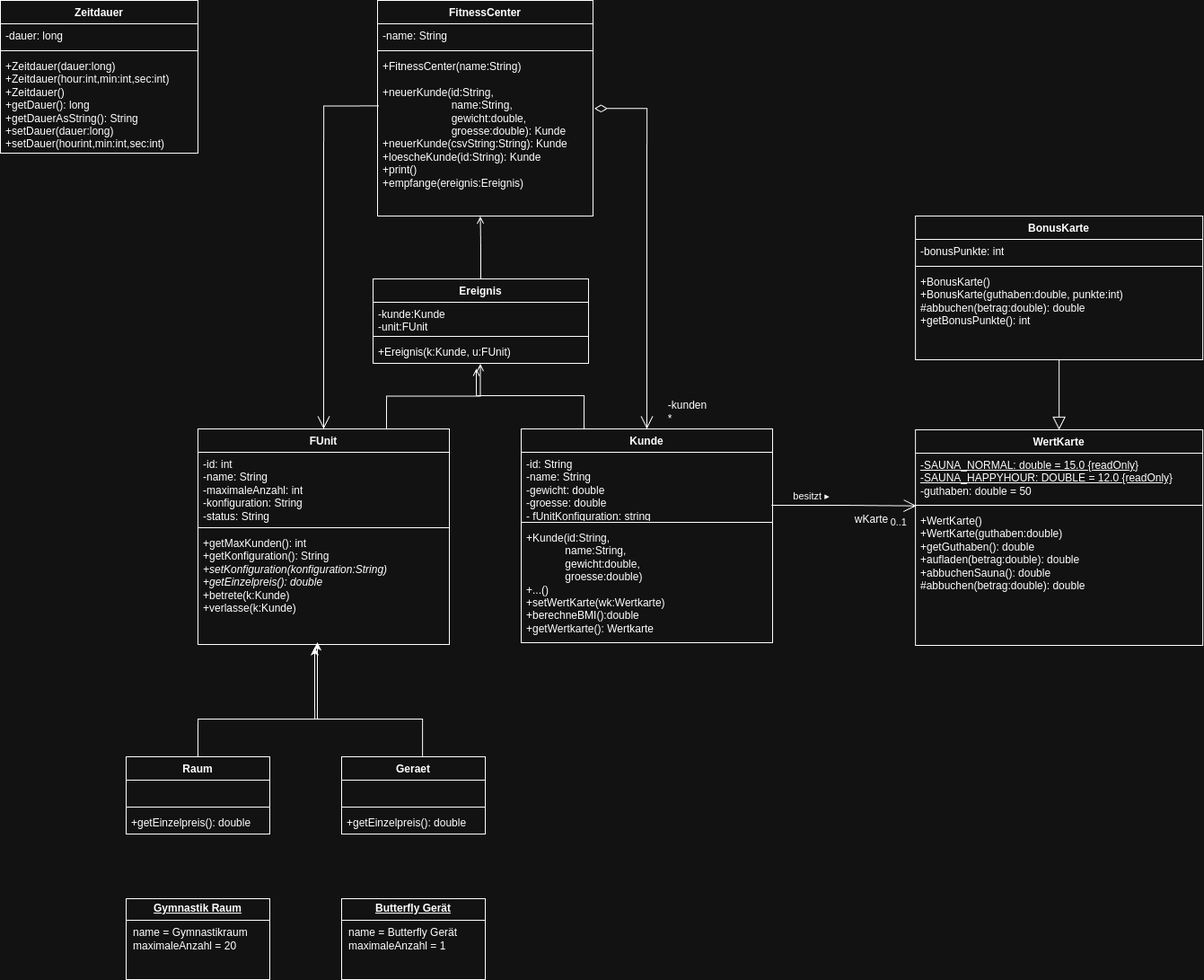
Earlier version of the draw.io export uml_projekt/UML_Juna_Patrik_Simon.png (TheCRaNX/berufsschule). Source tidied: cells renumbered, new cells last; positions are measured from the earlier drawing's top-left corner, leaving out a move shared by most shapes.
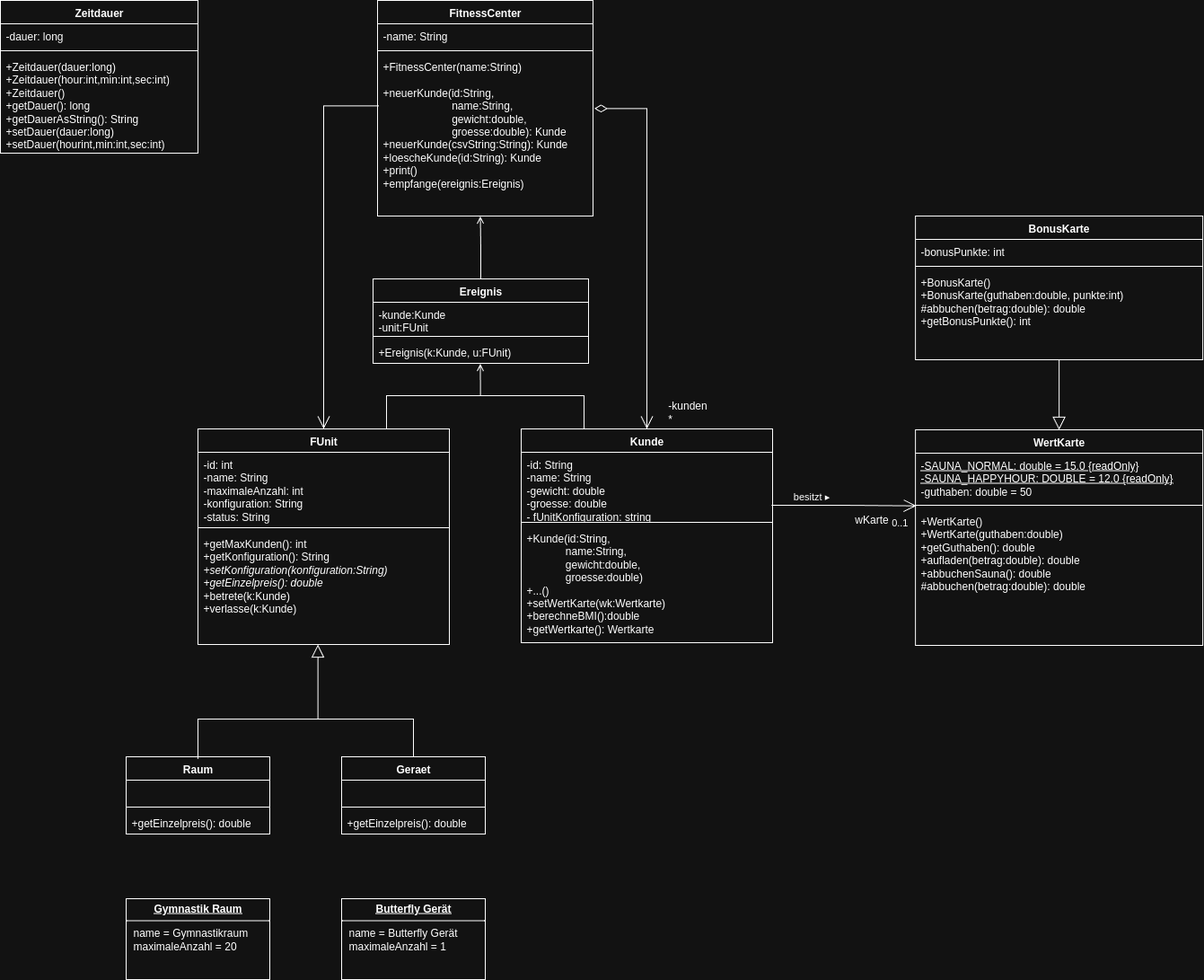
After the commit.

Change to the diagram source:
```diff
@@ -83,7 +83,12 @@
       <mxGeometry y="60" width="220" height="110" as="geometry" />
     </mxCell>
     <mxCell id="28" style="edgeStyle=orthogonalEdgeStyle;rounded=0;jettySize=auto;html=1;exitX=0.75;exitY=0;exitDx=0;exitDy=0;entryX=0.498;entryY=1.022;entryDx=0;entryDy=0;entryPerimeter=0;endArrow=open;endFill=0;" parent="1" edge="1" source="29" target="49">
-      <mxGeometry relative="1" as="geometry" />
+      <mxGeometry relative="1" as="geometry">
+        <Array as="points">
+          <mxPoint x="430" y="440" />
+          <mxPoint x="535" y="440" />
+        </Array>
+      </mxGeometry>
     </mxCell>
     <mxCell id="29" value="FUnit" style="swimlane;fontStyle=1;align=center;verticalAlign=top;horizontal=1;startSize=26;whiteSpace=wrap;html=1;" parent="1" vertex="1">
       <mxGeometry x="220" y="477" width="280" height="240" as="geometry" />
@@ -109,12 +114,13 @@
     <mxCell id="36" value="&lt;div&gt;+getEinzelpreis(): double&lt;/div&gt;&lt;div&gt;&lt;br&gt;&lt;/div&gt;" style="text;strokeColor=none;fillColor=none;align=left;verticalAlign=top;spacingLeft=4;spacingRight=4;overflow=hidden;whiteSpace=wrap;html=1;" parent="33" vertex="1">
       <mxGeometry y="60" width="160" height="26" as="geometry" />
     </mxCell>
-    <mxCell id="37" style="edgeStyle=orthogonalEdgeStyle;rounded=0;jettySize=auto;html=1;exitX=0.5;exitY=0;exitDx=0;exitDy=0;" parent="1" edge="1" source="38">
+    <mxCell id="37" style="edgeStyle=orthogonalEdgeStyle;rounded=0;orthogonalLoop=1;jettySize=auto;html=1;exitX=0.5;exitY=0;exitDx=0;exitDy=0;endSize=12;endArrow=block;endFill=0;entryX=0.477;entryY=0.997;entryDx=0;entryDy=0;entryPerimeter=0;" parent="1" edge="1">
       <mxGeometry relative="1" as="geometry">
-        <mxPoint x="350" y="720" as="targetPoint" />
+        <mxPoint x="460" y="842.4" as="sourcePoint" />
+        <mxPoint x="353.6" y="717" as="targetPoint" />
         <Array as="points">
-          <mxPoint x="470" y="800" />
-          <mxPoint x="350" y="800" />
+          <mxPoint x="460" y="800" />
+          <mxPoint x="354" y="800" />
         </Array>
       </mxGeometry>
     </mxCell>
@@ -158,20 +164,20 @@
     <mxCell id="49" value="+Ereignis(k:Kunde, u:FUnit)" style="text;strokeColor=none;fillColor=none;align=left;verticalAlign=top;spacingLeft=4;spacingRight=4;overflow=hidden;points=[[0,0.5],[1,0.5]];portConstraint=eastwest;whiteSpace=wrap;html=1;" parent="46" vertex="1">
       <mxGeometry y="68" width="240" height="26" as="geometry" />
     </mxCell>
-    <mxCell id="50" style="edgeStyle=orthogonalEdgeStyle;rounded=0;jettySize=auto;html=1;exitX=0.25;exitY=0;exitDx=0;exitDy=0;endArrow=open;endFill=0;" parent="1" edge="1" source="9">
+    <mxCell id="50" style="edgeStyle=orthogonalEdgeStyle;rounded=0;jettySize=auto;html=1;exitX=0.25;exitY=0;exitDx=0;exitDy=0;endArrow=none;endFill=0;" parent="1" edge="1" source="9">
       <mxGeometry relative="1" as="geometry">
-        <mxPoint x="530" y="410" as="targetPoint" />
+        <mxPoint x="530" y="440" as="targetPoint" />
         <Array as="points">
           <mxPoint x="650" y="440" />
-          <mxPoint x="530" y="440" />
         </Array>
       </mxGeometry>
     </mxCell>
-    <mxCell id="51" style="edgeStyle=orthogonalEdgeStyle;rounded=0;jettySize=auto;html=1;exitX=0.5;exitY=0;exitDx=0;exitDy=0;entryX=0.475;entryY=0.981;entryDx=0;entryDy=0;entryPerimeter=0;" parent="1" edge="1" source="33" target="32">
+    <mxCell id="51" style="edgeStyle=orthogonalEdgeStyle;rounded=0;orthogonalLoop=1;jettySize=auto;html=1;exitX=0.5;exitY=0;exitDx=0;exitDy=0;endSize=12;endArrow=none;endFill=0;" parent="1" edge="1">
       <mxGeometry relative="1" as="geometry">
+        <mxPoint x="220" y="844.4" as="sourcePoint" />
+        <mxPoint x="360" y="800" as="targetPoint" />
         <Array as="points">
           <mxPoint x="220" y="800" />
-          <mxPoint x="353" y="800" />
         </Array>
       </mxGeometry>
     </mxCell>
```
